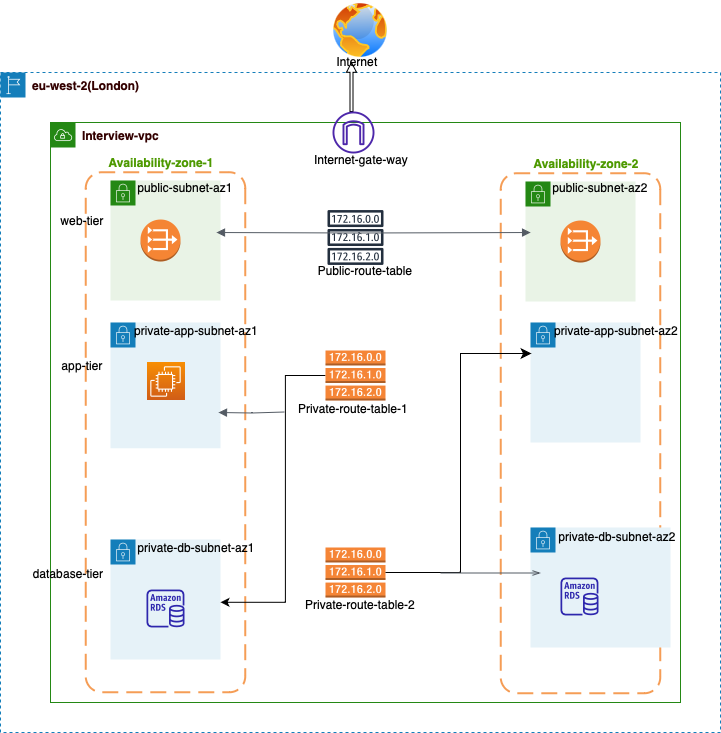
The draw.io diagram modules/vpc/vpc.drawio.png in Okawuma/IAC-VPC, before a commit. Source tidied: cells renumbered, new cells last; positions are measured from the earlier drawing's top-left corner, leaving out a move shared by most shapes.
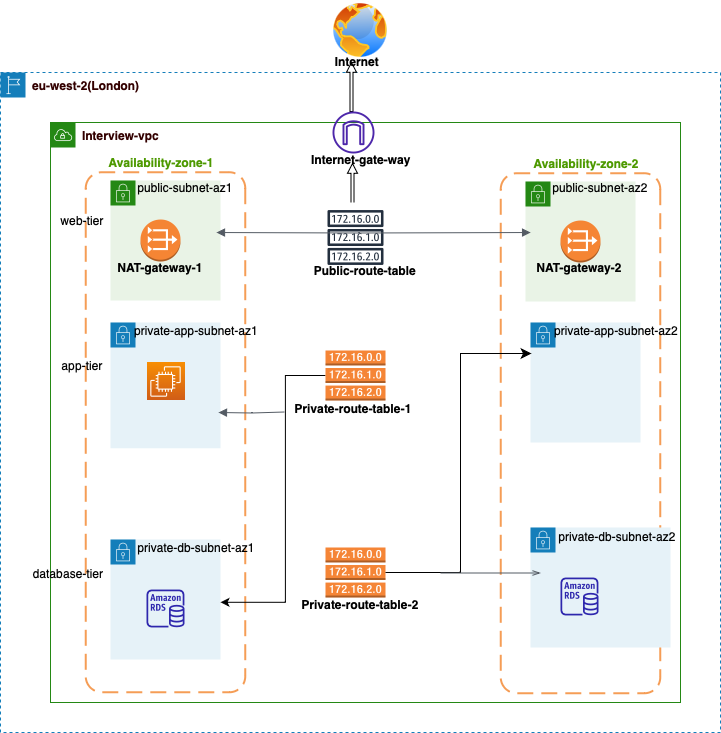
Later version of the same file.

Change to the diagram source:
```diff
@@ -8,7 +8,10 @@
     <mxCell id="3" style="shape=singleArrow;direction=north;whiteSpace=wrap;html=1;" parent="2" vertex="1">
       <mxGeometry x="346" y="-10" width="10" height="49" as="geometry" />
     </mxCell>
+    <mxCell id="44" style="shape=singleArrow;direction=north;whiteSpace=wrap;html=1;" parent="2" vertex="1">
+      <mxGeometry x="347" y="91" width="10" height="49" as="geometry" />
+    </mxCell>
-    <mxCell id="4" value="&lt;font color=&quot;#330000&quot;&gt;&lt;span style=&quot;caret-color: rgb(51, 0, 0);&quot;&gt;&lt;b&gt;Interview-vpc&lt;/b&gt;&lt;/span&gt;&lt;/font&gt;" style="gradientColor=none;html=1;whiteSpace=wrap;fontSize=12;fontStyle=0;shape=mxgraph.aws4.group;grIcon=mxgraph.aws4.group_vpc;strokeColor=#248814;fillColor=none;verticalAlign=top;align=left;spacingLeft=30;fontColor=#AAB7B8;dashed=0;" parent="1" vertex="1">
+    <mxCell id="4" value="&lt;font color=&quot;#330000&quot;&gt;&lt;span style=&quot;caret-color: rgb(51, 0, 0);&quot;&gt;&lt;span&gt;Interview-vpc&lt;/span&gt;&lt;/span&gt;&lt;/font&gt;" style="gradientColor=none;html=1;whiteSpace=wrap;fontSize=12;fontStyle=1;shape=mxgraph.aws4.group;grIcon=mxgraph.aws4.group_vpc;strokeColor=#248814;fillColor=none;verticalAlign=top;align=left;spacingLeft=30;fontColor=#AAB7B8;dashed=0;" parent="1" vertex="1">
       <mxGeometry x="145" y="122" width="630" height="580" as="geometry" />
     </mxCell>
     <mxCell id="5" style="rounded=1;arcSize=10;dashed=1;strokeColor=#F59D56;fillColor=none;gradientColor=none;dashPattern=8 4;strokeWidth=2;rotation=90;fontStyle=1;" parent="4" vertex="1">
@@ -23,6 +26,9 @@
     <mxCell id="8" value="public-subnet-az1" style="text;html=1;strokeColor=none;fillColor=none;align=center;verticalAlign=middle;whiteSpace=wrap;rounded=0;" parent="6" vertex="1">
       <mxGeometry x="20" y="-8" width="110" height="30" as="geometry" />
     </mxCell>
+    <mxCell id="45" value="NAT-gateway-1" style="text;html=1;strokeColor=none;fillColor=none;align=center;verticalAlign=middle;whiteSpace=wrap;rounded=0;fontStyle=1;" parent="6" vertex="1">
+      <mxGeometry x="-5" y="72" width="110" height="30" as="geometry" />
+    </mxCell>
     <mxCell id="9" style="rounded=1;arcSize=10;dashed=1;strokeColor=#F59D56;fillColor=none;gradientColor=none;dashPattern=8 4;strokeWidth=2;rotation=90;" parent="4" vertex="1">
       <mxGeometry x="270" y="231" width="520" height="159.5" as="geometry" />
     </mxCell>
@@ -32,6 +38,9 @@
     <mxCell id="11" style="dashed=0;verticalLabelPosition=bottom;verticalAlign=top;align=center;html=1;shape=mxgraph.aws3.vpc_nat_gateway;fillColor=#F58534;gradientColor=none;" parent="10" vertex="1">
       <mxGeometry x="35" y="39" width="40" height="42" as="geometry" />
     </mxCell>
+    <mxCell id="46" value="NAT-gateway-2" style="text;html=1;strokeColor=none;fillColor=none;align=center;verticalAlign=middle;whiteSpace=wrap;rounded=0;fontStyle=1;" parent="10" vertex="1">
+      <mxGeometry x="-1" y="71" width="110" height="30" as="geometry" />
+    </mxCell>
     <mxCell id="12" style="gradientColor=none;html=1;whiteSpace=wrap;fontSize=12;fontStyle=0;shape=mxgraph.aws4.group;grIcon=mxgraph.aws4.group_security_group;grStroke=0;strokeColor=#147EBA;fillColor=#E6F2F8;verticalAlign=top;align=left;spacingLeft=30;fontColor=#147EBA;dashed=0;" parent="4" vertex="1">
       <mxGeometry x="60" y="200" width="110" height="125.8" as="geometry" />
     </mxCell>
@@ -71,16 +80,16 @@
     <mxCell id="24" style="outlineConnect=0;dashed=0;verticalLabelPosition=bottom;verticalAlign=top;align=center;html=1;shape=mxgraph.aws3.route_table;fillColor=#F58536;gradientColor=none;" parent="4" vertex="1">
       <mxGeometry x="275" y="425" width="60" height="50" as="geometry" />
     </mxCell>
-    <mxCell id="25" value="Internet-gate-way" style="text;html=1;strokeColor=none;fillColor=none;align=center;verticalAlign=middle;whiteSpace=wrap;rounded=0;" parent="4" vertex="1">
+    <mxCell id="25" value="Internet-gate-way" style="text;html=1;strokeColor=none;fillColor=none;align=center;verticalAlign=middle;whiteSpace=wrap;rounded=0;fontStyle=1;" parent="4" vertex="1">
       <mxGeometry x="256" y="22" width="110" height="30" as="geometry" />
     </mxCell>
-    <mxCell id="26" value="Private-route-table-1" style="text;html=1;strokeColor=none;fillColor=none;align=center;verticalAlign=middle;whiteSpace=wrap;rounded=0;" parent="4" vertex="1">
+    <mxCell id="26" value="Private-route-table-1" style="text;html=1;strokeColor=none;fillColor=none;align=center;verticalAlign=middle;whiteSpace=wrap;rounded=0;fontStyle=1;" parent="4" vertex="1">
       <mxGeometry x="243" y="271" width="120" height="30" as="geometry" />
     </mxCell>
-    <mxCell id="27" value="Private-route-table-2" style="text;html=1;strokeColor=none;fillColor=none;align=center;verticalAlign=middle;whiteSpace=wrap;rounded=0;" parent="4" vertex="1">
+    <mxCell id="27" value="Private-route-table-2" style="text;html=1;strokeColor=none;fillColor=none;align=center;verticalAlign=middle;whiteSpace=wrap;rounded=0;fontStyle=1;" parent="4" vertex="1">
       <mxGeometry x="250" y="467" width="120" height="30" as="geometry" />
     </mxCell>
-    <mxCell id="28" value="Public-route-table" style="text;html=1;strokeColor=none;fillColor=none;align=center;verticalAlign=middle;whiteSpace=wrap;rounded=0;" parent="4" vertex="1">
+    <mxCell id="28" value="Public-route-table" style="text;html=1;strokeColor=none;fillColor=none;align=center;verticalAlign=middle;whiteSpace=wrap;rounded=0;fontStyle=1;" parent="4" vertex="1">
       <mxGeometry x="260" y="133" width="110" height="30" as="geometry" />
     </mxCell>
     <mxCell id="29" value="web-tier" style="text;html=1;strokeColor=none;fillColor=none;align=center;verticalAlign=middle;whiteSpace=wrap;rounded=0;" parent="4" vertex="1">
@@ -92,7 +101,7 @@
     <mxCell id="31" value="database-tier" style="text;html=1;strokeColor=none;fillColor=none;align=center;verticalAlign=middle;whiteSpace=wrap;rounded=0;" parent="4" vertex="1">
       <mxGeometry x="-27" y="436" width="90" height="30" as="geometry" />
     </mxCell>
-    <mxCell id="32" value="private-app-subnet-az1" style="text;html=1;strokeColor=none;fillColor=none;align=center;verticalAlign=middle;whiteSpace=wrap;rounded=0;" parent="4" vertex="1">
+    <mxCell id="32" value="private-app-subnet-az1" style="text;html=1;strokeColor=none;fillColor=none;align=center;verticalAlign=middle;whiteSpace=wrap;rounded=0;fontStyle=0;" parent="4" vertex="1">
       <mxGeometry x="82" y="193" width="128" height="30" as="geometry" />
     </mxCell>
     <mxCell id="33" value="public-subnet-az2" style="text;html=1;strokeColor=none;fillColor=none;align=center;verticalAlign=middle;whiteSpace=wrap;rounded=0;" parent="4" vertex="1">
@@ -138,7 +147,7 @@
     <mxCell id="42" style="image;perimeter=ellipsePerimeter;html=1;align=center;shadow=0;dashed=0;spacingTop=3;image=img/lib/active_directory/internet_globe.svg;" parent="1" vertex="1">
       <mxGeometry x="425" width="60" height="60" as="geometry" />
     </mxCell>
-    <mxCell id="43" value="Internet" style="text;html=1;strokeColor=none;fillColor=none;align=center;verticalAlign=middle;whiteSpace=wrap;rounded=0;" parent="1" vertex="1">
+    <mxCell id="43" value="Internet" style="text;html=1;strokeColor=none;fillColor=none;align=center;verticalAlign=middle;whiteSpace=wrap;rounded=0;fontStyle=1;" parent="1" vertex="1">
       <mxGeometry x="397" y="46" width="110" height="30" as="geometry" />
     </mxCell>
   </root>
```
